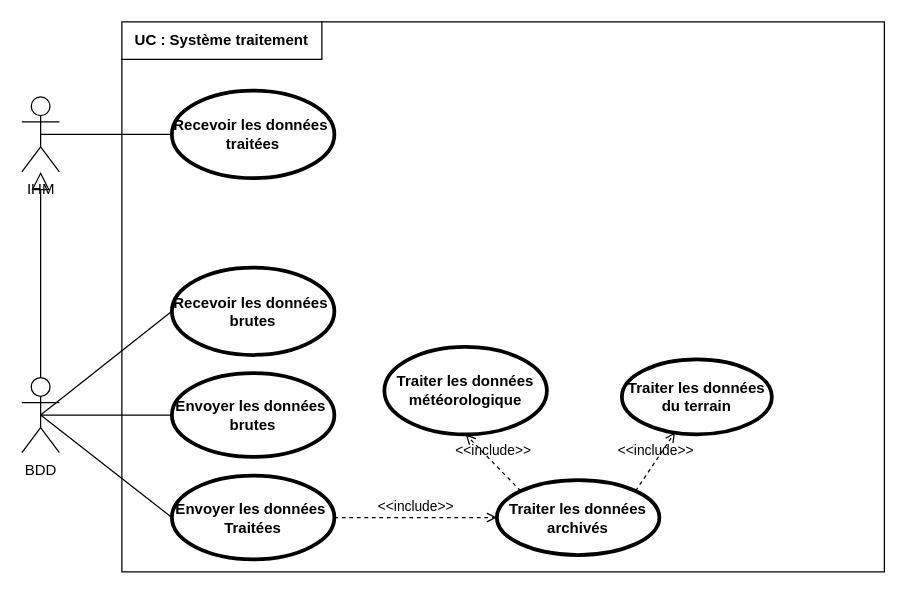
The draw.io diagram SYSML/UseCase/D-UseCase_SysT-F3.drawio in ToGen49/Hippodrome, before the edit. Source tidied: cells renumbered, new cells numbered last; positions are measured from the earlier drawing's top-left corner, leaving out a move shared by most shapes. Both pictures are drawn from the tidied source at 125%, with x=0, y=0 at pixel (21, 21).
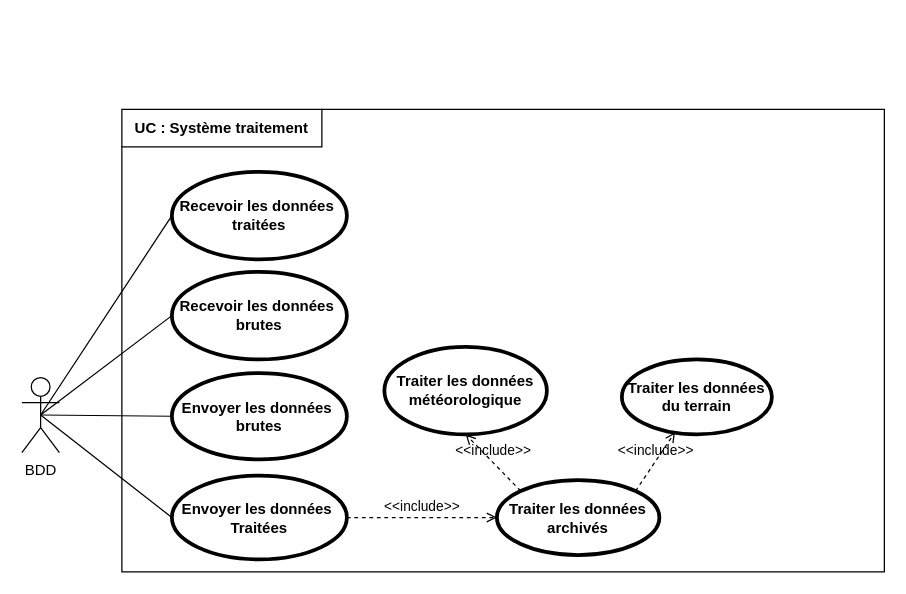
Above is the later version.

Commit message:
Mettre à jour D-UseCase_SysT-F3.drawio

Unchanged cells that the change refers to:
```xml
<mxCell id="14" value="BDD" style="shape=umlActor;verticalLabelPosition=bottom;verticalAlign=top;html=1;outlineConnect=0;" parent="1" vertex="1">
  <mxGeometry y="284.5" width="30" height="60" as="geometry" />
</mxCell>
```

Diff of the diagram source:
```diff
@@
     <mxCell id="2" style="rounded=0;whiteSpace=wrap;html=1;" parent="1" vertex="1">
-      <mxGeometry x="80" width="610" height="440" as="geometry" />
+      <mxGeometry x="80" y="70" width="610" height="370" as="geometry" />
     </mxCell>
     <mxCell id="3" value="&lt;b&gt;UC : Système traitement&lt;/b&gt;" style="shape=partialRectangle;whiteSpace=wrap;html=1;top=0;left=0;fillColor=none;" parent="1" vertex="1">
-      <mxGeometry x="80" width="160" height="30" as="geometry" />
+      <mxGeometry x="80" y="70" width="160" height="30" as="geometry" />
     </mxCell>
-    <mxCell id="4" value="IHM" style="shape=umlActor;verticalLabelPosition=bottom;verticalAlign=top;html=1;outlineConnect=0;" parent="1" vertex="1">
-      <mxGeometry y="60" width="30" height="60" as="geometry" />
-    </mxCell>
-    <mxCell id="5" style="endArrow=none;html=1;rounded=0;exitX=0;exitY=0.5;exitDx=0;exitDy=0;entryX=0.5;entryY=0.5;entryDx=0;entryDy=0;entryPerimeter=0;" parent="1" edge="1" source="18" target="4">
-      <mxGeometry relative="1" as="geometry" />
-    </mxCell>
     <mxCell id="6" value="Envoyer les données&amp;nbsp; brutes" style="shape=ellipse;html=1;strokeWidth=3;fontStyle=1;whiteSpace=wrap;align=center;perimeter=ellipsePerimeter;" parent="1" vertex="1">
-      <mxGeometry x="120" y="281" width="130" height="67" as="geometry" />
+      <mxGeometry x="120" y="281" width="140" height="69" as="geometry" />
     </mxCell>
@@
     <mxCell id="15" value="Recevoir les données&amp;nbsp; brutes" style="shape=ellipse;html=1;strokeWidth=3;fontStyle=1;whiteSpace=wrap;align=center;perimeter=ellipsePerimeter;" parent="1" vertex="1">
-      <mxGeometry x="120" y="196.5" width="130" height="70" as="geometry" />
+      <mxGeometry x="120" y="200" width="140" height="70" as="geometry" />
     </mxCell>
@@
     <mxCell id="18" value="Recevoir les données&amp;nbsp; traitées" style="shape=ellipse;html=1;strokeWidth=3;fontStyle=1;whiteSpace=wrap;align=center;perimeter=ellipsePerimeter;" parent="1" vertex="1">
-      <mxGeometry x="120" y="55" width="130" height="70" as="geometry" />
+      <mxGeometry x="120" y="120" width="140" height="70" as="geometry" />
     </mxCell>
-    <mxCell id="19" style="edgeStyle=none;html=1;endArrow=block;endFill=0;endSize=12;verticalAlign=bottom;rounded=0;exitX=0.5;exitY=0;exitDx=0;exitDy=0;exitPerimeter=0;" parent="1" edge="1" source="14" target="4">
-      <mxGeometry relative="1" as="geometry" />
-    </mxCell>
     <mxCell id="20" value="Envoyer les données&amp;nbsp; Traitées" style="shape=ellipse;html=1;strokeWidth=3;fontStyle=1;whiteSpace=wrap;align=center;perimeter=ellipsePerimeter;" parent="1" vertex="1">
-      <mxGeometry x="120" y="363" width="130" height="67" as="geometry" />
+      <mxGeometry x="120" y="363" width="140" height="67" as="geometry" />
     </mxCell>
+    <mxCell id="21" style="edgeStyle=none;html=1;endArrow=none;verticalAlign=bottom;rounded=0;exitX=0.5;exitY=0.5;exitDx=0;exitDy=0;exitPerimeter=0;entryX=0;entryY=0.5;entryDx=0;entryDy=0;" parent="1" edge="1" source="14" target="18">
+      <mxGeometry relative="1" as="geometry" />
+    </mxCell>
```
